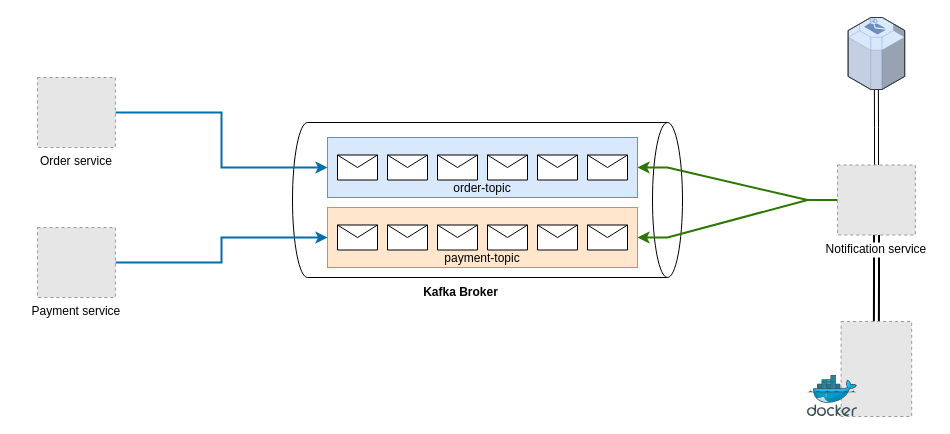
Above: page "async-communication" (3 of 3) of document/telehealth.drawio in novmah62/telehealth (draw.io), before the change. Source tidied: cells renumbered, new cells numbered last; positions are measured from the earlier drawing's top-left corner, leaving out a move shared by most shapes. Both pictures are drawn from the tidied source at 100%, with x=0, y=0 at pixel (37, 5). Pictures stored in the file or linked from it are replaced by grey dashed boxes.
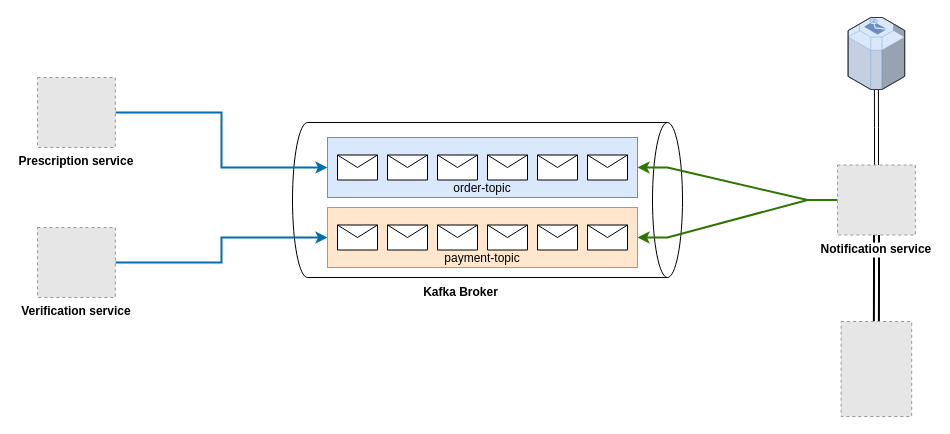
The same diagram, later.

The edit, as a diff of the source:
```diff
@@
-    <mxCell id="4" value="Order service" style="fillColor=#E6E6E6;strokeColor=#999999;dashed=1;verticalLabelPosition=bottom;labelBackgroundColor=default;verticalAlign=top;" parent="1" vertex="1">
+    <mxCell id="4" value="Prescription service" style="fillColor=#E6E6E6;strokeColor=#999999;dashed=1;verticalLabelPosition=bottom;labelBackgroundColor=default;verticalAlign=top;fontStyle=1;" parent="1" vertex="1">
       <mxGeometry y="72" width="77.9" height="70" as="geometry" />
     </mxCell>
@@
-    <mxCell id="6" value="Payment service" style="fillColor=#E6E6E6;strokeColor=#999999;dashed=1;verticalLabelPosition=bottom;labelBackgroundColor=default;verticalAlign=top;" parent="1" vertex="1">
+    <mxCell id="6" value="Verification service" style="fillColor=#E6E6E6;strokeColor=#999999;dashed=1;verticalLabelPosition=bottom;labelBackgroundColor=default;verticalAlign=top;fontStyle=1;" parent="1" vertex="1">
       <mxGeometry y="222" width="77.9" height="70" as="geometry" />
     </mxCell>
@@
-    <mxCell id="11" value="Notification service" style="fillColor=#E6E6E6;strokeColor=#999999;dashed=1;verticalLabelPosition=bottom;labelBackgroundColor=default;verticalAlign=top;" parent="1" vertex="1">
+    <mxCell id="11" value="Notification service" style="fillColor=#E6E6E6;strokeColor=#999999;dashed=1;verticalLabelPosition=bottom;labelBackgroundColor=default;verticalAlign=top;fontStyle=1;" parent="1" vertex="1">
       <mxGeometry x="800" y="159.5" width="77.9" height="70" as="geometry" />
     </mxCell>
@@
-    <mxCell id="30" style="sketch=0;html=1;align=center;image;fontSize=12;image=img/lib/mscae/Docker.svg;fillColor=none;" parent="1" vertex="1">
-      <mxGeometry x="770" y="370" width="50" height="41" as="geometry" />
-    </mxCell>
```
